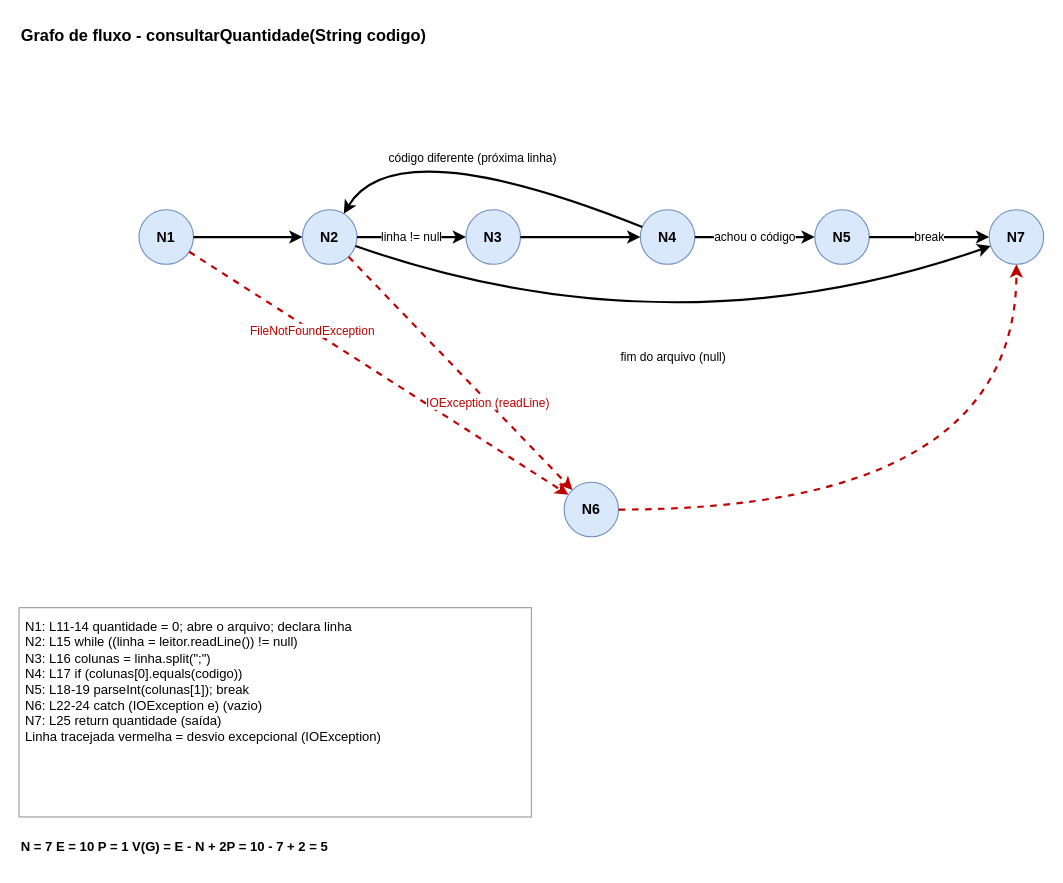
Above: diagramas/consultarQuantidade.drawio in Matheusnardi10/atividade-caixa-branca (draw.io), before the change. Source tidied: cells renumbered, new cells numbered last; positions are measured from the earlier drawing's top-left corner, leaving out a move shared by most shapes. Both pictures are drawn from the tidied source at 109%, with x=0, y=0 at pixel (19, 19).
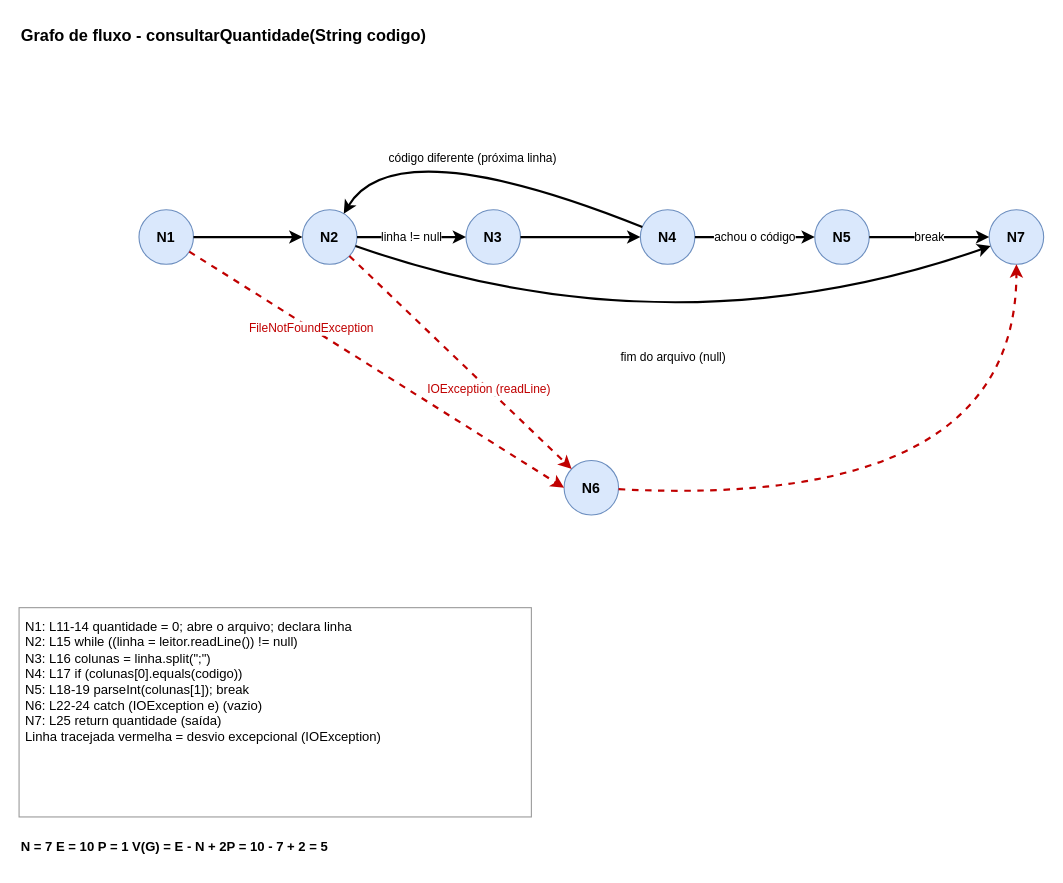
The same page after the edit.

Commit message:
Ajuste do Diagrama

The change refers to these unchanged cells:
```xml
<mxCell id="2" value="N1" style="ellipse;whiteSpace=wrap;html=1;fillColor=#dae8fc;strokeColor=#6c8ebf;fontStyle=1;fontSize=13;" parent="1" vertex="1">
  <mxGeometry x="110" y="175" width="50" height="50" as="geometry" />
</mxCell>
<mxCell id="3" value="N2" style="ellipse;whiteSpace=wrap;html=1;fillColor=#dae8fc;strokeColor=#6c8ebf;fontStyle=1;fontSize=13;" parent="1" vertex="1">
  <mxGeometry x="260" y="175" width="50" height="50" as="geometry" />
</mxCell>
<mxCell id="7" value="N7" style="ellipse;whiteSpace=wrap;html=1;fillColor=#dae8fc;strokeColor=#6c8ebf;fontStyle=1;fontSize=13;" parent="1" vertex="1">
  <mxGeometry x="890" y="175" width="50" height="50" as="geometry" />
</mxCell>
```

The edit, as a diff of the source:
```diff
@@
     <mxCell id="8" value="N6" style="ellipse;whiteSpace=wrap;html=1;fillColor=#dae8fc;strokeColor=#6c8ebf;fontStyle=1;fontSize=13;" parent="1" vertex="1">
-      <mxGeometry x="500" y="425" width="50" height="50" as="geometry" />
+      <mxGeometry x="500" y="405" width="50" height="50" as="geometry" />
     </mxCell>
@@
-    <mxCell id="16" value="FileNotFoundException" style="endArrow=classic;html=1;rounded=0;strokeWidth=2;fontSize=11;labelBackgroundColor=#ffffff;dashed=1;strokeColor=#C00000;fontColor=#C00000;" parent="1" edge="1" source="2">
-      <mxGeometry x="-0.35" relative="1" as="geometry">
-        <mxPoint x="504" y="436.5" as="targetPoint" />
-      </mxGeometry>
+    <mxCell id="16" value="FileNotFoundException" style="endArrow=classic;html=1;rounded=0;strokeWidth=2;fontSize=11;labelBackgroundColor=#ffffff;dashed=1;strokeColor=#C00000;fontColor=#C00000;entryX=0;entryY=0.5;entryDx=0;entryDy=0;" parent="1" edge="1" source="2" target="8">
+      <mxGeometry x="-0.35" relative="1" as="geometry" />
     </mxCell>
-    <mxCell id="17" value="IOException (readLine)" style="endArrow=classic;html=1;rounded=0;strokeWidth=2;fontSize=11;labelBackgroundColor=#ffffff;dashed=1;strokeColor=#C00000;fontColor=#C00000;" parent="1" edge="1" source="3">
-      <mxGeometry x="0.25" relative="1" as="geometry">
-        <mxPoint x="507.7" y="432" as="targetPoint" />
-      </mxGeometry>
+    <mxCell id="17" value="IOException (readLine)" style="endArrow=classic;html=1;rounded=0;strokeWidth=2;fontSize=11;labelBackgroundColor=#ffffff;dashed=1;strokeColor=#C00000;fontColor=#C00000;" parent="1" edge="1" source="3" target="8">
+      <mxGeometry x="0.25" relative="1" as="geometry" />
     </mxCell>
-    <mxCell id="18" style="endArrow=classic;html=1;rounded=0;strokeWidth=2;fontSize=11;labelBackgroundColor=#ffffff;curved=1;dashed=1;strokeColor=#C00000;fontColor=#C00000;" parent="1" edge="1" target="7">
+    <mxCell id="18" style="endArrow=classic;html=1;rounded=0;strokeWidth=2;fontSize=11;labelBackgroundColor=#ffffff;curved=1;dashed=1;strokeColor=#C00000;fontColor=#C00000;entryX=0.5;entryY=1;entryDx=0;entryDy=0;" parent="1" edge="1" source="8" target="7">
       <mxGeometry relative="1" as="geometry">
-        <mxPoint x="550" y="450" as="sourcePoint" />
         <Array as="points">
           <mxPoint x="915" y="450" />
         </Array>
       </mxGeometry>
     </mxCell>
```
